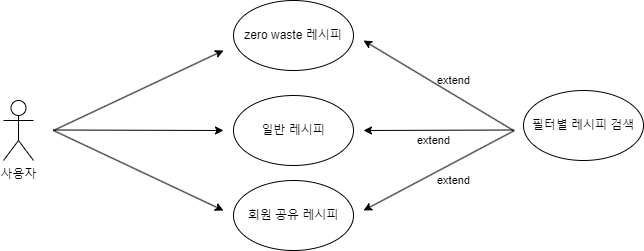
The draw.io diagram 수정/레시피-수정.png in Yoon-jae-min/UsecaseDiagram, before a commit. Source tidied: cells renumbered, new cells last; positions are measured from the earlier drawing's top-left corner, leaving out a move shared by most shapes. Its diagram source:
```xml
<mxGraphModel>
  <root>
    <mxCell id="0" />
    <mxCell id="1" parent="0" />
    <mxCell id="2" value="사용자" style="shape=umlActor;verticalLabelPosition=bottom;verticalAlign=top;html=1;fillColor=none;" parent="1" vertex="1">
      <mxGeometry y="100" width="30" height="60" as="geometry" />
    </mxCell>
    <mxCell id="3" value="zero waste 레시피" style="ellipse;whiteSpace=wrap;html=1;fillColor=none;" parent="1" vertex="1">
      <mxGeometry x="230" width="120" height="70" as="geometry" />
    </mxCell>
    <mxCell id="4" value="일반 레시피" style="ellipse;whiteSpace=wrap;html=1;fillColor=none;" parent="1" vertex="1">
      <mxGeometry x="230" y="95" width="120" height="70" as="geometry" />
    </mxCell>
    <mxCell id="5" value="회원 공유 레시피" style="ellipse;whiteSpace=wrap;html=1;fillColor=none;" parent="1" vertex="1">
      <mxGeometry x="230" y="180" width="120" height="70" as="geometry" />
    </mxCell>
    <mxCell id="6" value="필터별 레시피 검색" style="ellipse;whiteSpace=wrap;html=1;fillColor=none;" parent="1" vertex="1">
      <mxGeometry x="520" y="90" width="120" height="70" as="geometry" />
    </mxCell>
    <mxCell id="7" style="endArrow=classic;html=1;rounded=0;" parent="1" edge="1">
      <mxGeometry relative="1" as="geometry">
        <mxPoint x="50" y="130" as="sourcePoint" />
        <mxPoint x="220" y="50" as="targetPoint" />
      </mxGeometry>
    </mxCell>
    <mxCell id="8" style="endArrow=classic;html=1;rounded=0;" parent="1" edge="1">
      <mxGeometry relative="1" as="geometry">
        <mxPoint x="50" y="129.5" as="sourcePoint" />
        <mxPoint x="220" y="130" as="targetPoint" />
      </mxGeometry>
    </mxCell>
    <mxCell id="9" style="endArrow=classic;html=1;rounded=0;" parent="1" edge="1">
      <mxGeometry relative="1" as="geometry">
        <mxPoint x="50" y="130" as="sourcePoint" />
        <mxPoint x="220" y="210" as="targetPoint" />
      </mxGeometry>
    </mxCell>
    <mxCell id="10" value="extend" style="endArrow=classic;html=1;rounded=0;labelBackgroundColor=none;" parent="1" edge="1">
      <mxGeometry x="-0.12" y="-12" relative="1" as="geometry">
        <mxPoint x="510" y="130" as="sourcePoint" />
        <mxPoint x="360" y="40" as="targetPoint" />
      </mxGeometry>
    </mxCell>
    <mxCell id="11" value="extend" style="endArrow=classic;html=1;rounded=0;labelBackgroundColor=none;" parent="1" edge="1">
      <mxGeometry x="0.07" y="10" relative="1" as="geometry">
        <mxPoint x="510" y="129.5" as="sourcePoint" />
        <mxPoint x="360" y="130" as="targetPoint" />
      </mxGeometry>
    </mxCell>
    <mxCell id="12" value="extend" style="endArrow=classic;html=1;rounded=0;labelBackgroundColor=none;" parent="1" edge="1">
      <mxGeometry x="-0.1" y="16" relative="1" as="geometry">
        <mxPoint x="511" y="130" as="sourcePoint" />
        <mxPoint x="360" y="210" as="targetPoint" />
      </mxGeometry>
    </mxCell>
  </root>
</mxGraphModel>
```
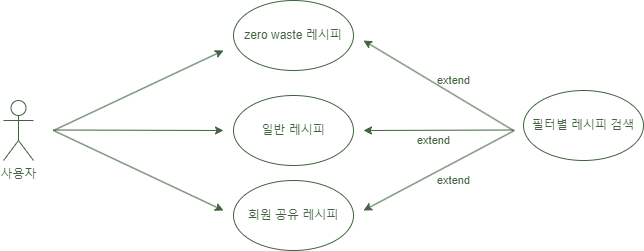
Later version of the same file.

Commit message:
레시피-수정.png 업데이트

Change to the diagram source:
```diff
@@ -2,52 +2,52 @@
   <root>
     <mxCell id="0" />
     <mxCell id="1" parent="0" />
-    <mxCell id="2" value="사용자" style="shape=umlActor;verticalLabelPosition=bottom;verticalAlign=top;html=1;fillColor=none;" parent="1" vertex="1">
+    <mxCell id="2" value="사용자" style="shape=umlActor;verticalLabelPosition=bottom;verticalAlign=top;html=1;fillColor=none;fontColor=#40623d;strokeColor=#40623d;" parent="1" vertex="1">
       <mxGeometry y="100" width="30" height="60" as="geometry" />
     </mxCell>
-    <mxCell id="3" value="zero waste 레시피" style="ellipse;whiteSpace=wrap;html=1;fillColor=none;" parent="1" vertex="1">
+    <mxCell id="3" value="zero waste 레시피" style="ellipse;whiteSpace=wrap;html=1;fillColor=none;fontColor=#40623d;strokeColor=#40623d;" parent="1" vertex="1">
       <mxGeometry x="230" width="120" height="70" as="geometry" />
     </mxCell>
-    <mxCell id="4" value="일반 레시피" style="ellipse;whiteSpace=wrap;html=1;fillColor=none;" parent="1" vertex="1">
+    <mxCell id="4" value="일반 레시피" style="ellipse;whiteSpace=wrap;html=1;fillColor=none;fontColor=#40623d;strokeColor=#40623d;" parent="1" vertex="1">
       <mxGeometry x="230" y="95" width="120" height="70" as="geometry" />
     </mxCell>
-    <mxCell id="5" value="회원 공유 레시피" style="ellipse;whiteSpace=wrap;html=1;fillColor=none;" parent="1" vertex="1">
+    <mxCell id="5" value="회원 공유 레시피" style="ellipse;whiteSpace=wrap;html=1;fillColor=none;fontColor=#40623d;strokeColor=#40623d;" parent="1" vertex="1">
       <mxGeometry x="230" y="180" width="120" height="70" as="geometry" />
     </mxCell>
-    <mxCell id="6" value="필터별 레시피 검색" style="ellipse;whiteSpace=wrap;html=1;fillColor=none;" parent="1" vertex="1">
+    <mxCell id="6" value="필터별 레시피 검색" style="ellipse;whiteSpace=wrap;html=1;fillColor=none;fontColor=#40623d;strokeColor=#40623d;" parent="1" vertex="1">
       <mxGeometry x="520" y="90" width="120" height="70" as="geometry" />
     </mxCell>
-    <mxCell id="7" style="endArrow=classic;html=1;rounded=0;" parent="1" edge="1">
+    <mxCell id="7" style="endArrow=classic;html=1;rounded=0;fontColor=#40623d;strokeColor=#40623d;" parent="1" edge="1">
       <mxGeometry relative="1" as="geometry">
         <mxPoint x="50" y="130" as="sourcePoint" />
         <mxPoint x="220" y="50" as="targetPoint" />
       </mxGeometry>
     </mxCell>
-    <mxCell id="8" style="endArrow=classic;html=1;rounded=0;" parent="1" edge="1">
+    <mxCell id="8" style="endArrow=classic;html=1;rounded=0;fontColor=#40623d;strokeColor=#40623d;" parent="1" edge="1">
       <mxGeometry relative="1" as="geometry">
         <mxPoint x="50" y="129.5" as="sourcePoint" />
         <mxPoint x="220" y="130" as="targetPoint" />
       </mxGeometry>
     </mxCell>
-    <mxCell id="9" style="endArrow=classic;html=1;rounded=0;" parent="1" edge="1">
+    <mxCell id="9" style="endArrow=classic;html=1;rounded=0;fontColor=#40623d;strokeColor=#40623d;" parent="1" edge="1">
       <mxGeometry relative="1" as="geometry">
         <mxPoint x="50" y="130" as="sourcePoint" />
         <mxPoint x="220" y="210" as="targetPoint" />
       </mxGeometry>
     </mxCell>
-    <mxCell id="10" value="extend" style="endArrow=classic;html=1;rounded=0;labelBackgroundColor=none;" parent="1" edge="1">
+    <mxCell id="10" value="extend" style="endArrow=classic;html=1;rounded=0;labelBackgroundColor=none;fontColor=#40623d;strokeColor=#40623d;" parent="1" edge="1">
       <mxGeometry x="-0.12" y="-12" relative="1" as="geometry">
         <mxPoint x="510" y="130" as="sourcePoint" />
         <mxPoint x="360" y="40" as="targetPoint" />
       </mxGeometry>
     </mxCell>
-    <mxCell id="11" value="extend" style="endArrow=classic;html=1;rounded=0;labelBackgroundColor=none;" parent="1" edge="1">
+    <mxCell id="11" value="extend" style="endArrow=classic;html=1;rounded=0;labelBackgroundColor=none;fontColor=#40623d;strokeColor=#40623d;" parent="1" edge="1">
       <mxGeometry x="0.07" y="10" relative="1" as="geometry">
         <mxPoint x="510" y="129.5" as="sourcePoint" />
         <mxPoint x="360" y="130" as="targetPoint" />
       </mxGeometry>
     </mxCell>
-    <mxCell id="12" value="extend" style="endArrow=classic;html=1;rounded=0;labelBackgroundColor=none;" parent="1" edge="1">
+    <mxCell id="12" value="extend" style="endArrow=classic;html=1;rounded=0;labelBackgroundColor=none;fontColor=#40623d;strokeColor=#40623d;" parent="1" edge="1">
       <mxGeometry x="-0.1" y="16" relative="1" as="geometry">
         <mxPoint x="511" y="130" as="sourcePoint" />
         <mxPoint x="360" y="210" as="targetPoint" />
```
